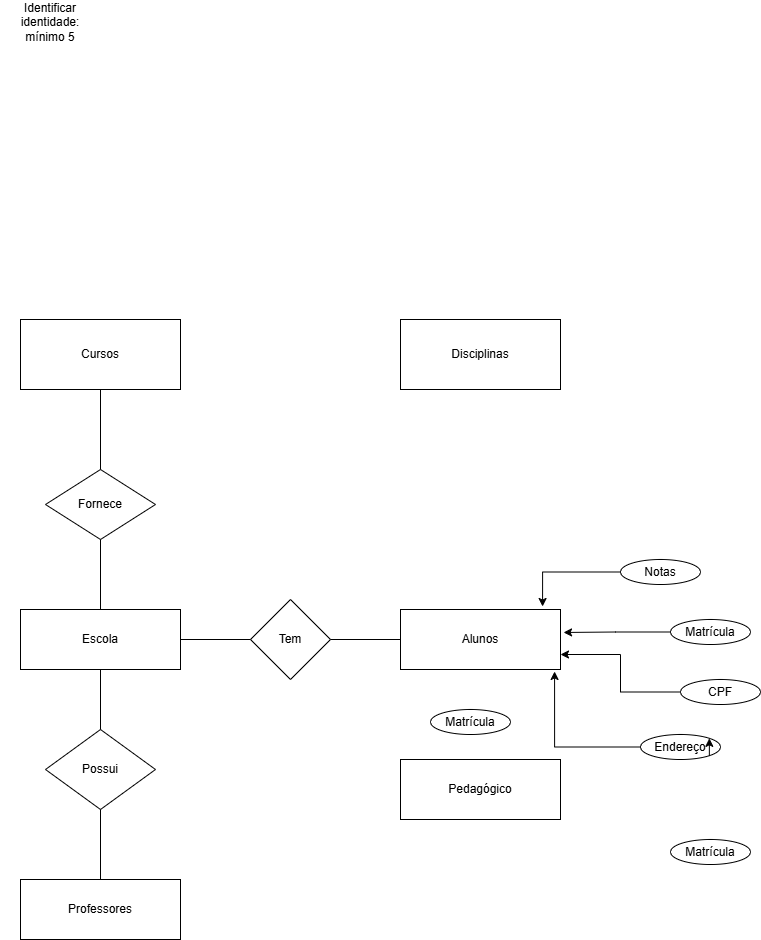
Earlier version of the draw.io export Exercício.drawio.png (soueuuta-mpgp/Portif-lio). Source tidied: cells renumbered, new cells last; positions are measured from the earlier drawing's top-left corner, leaving out a move shared by most shapes.
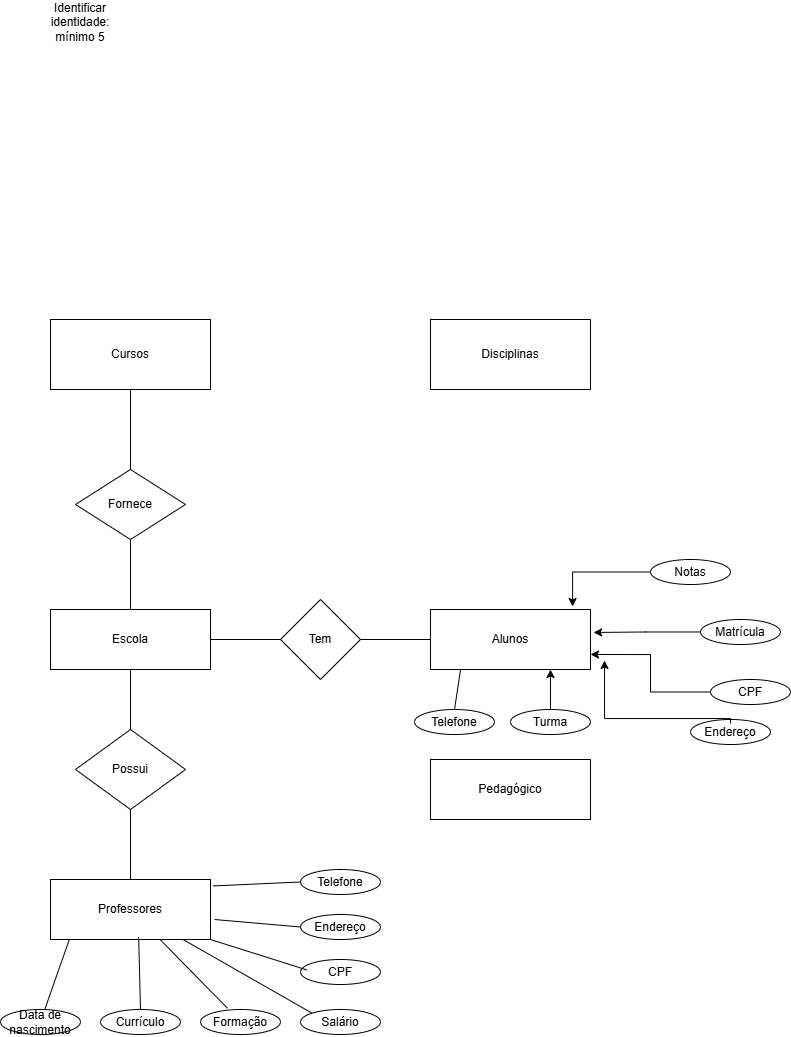
After the change.

Commit message:
Exercicio aula

Diff of the diagram source:
```diff
@@ -68,20 +68,72 @@
     <mxCell id="23" value="CPF" style="ellipse;whiteSpace=wrap;html=1;" parent="1" vertex="1">
       <mxGeometry x="680" y="670" width="80" height="25" as="geometry" />
     </mxCell>
-    <mxCell id="24" value="Matrícula" style="ellipse;whiteSpace=wrap;html=1;" parent="1" vertex="1">
-      <mxGeometry x="670" y="830" width="80" height="25" as="geometry" />
+    <mxCell id="24" value="Telefone" style="ellipse;whiteSpace=wrap;html=1;" parent="1" vertex="1">
+      <mxGeometry x="384" y="700" width="80" height="25" as="geometry" />
     </mxCell>
     <mxCell id="25" value="Endereço" style="ellipse;whiteSpace=wrap;html=1;" parent="1" vertex="1">
-      <mxGeometry x="640" y="725" width="80" height="25" as="geometry" />
+      <mxGeometry x="660" y="710" width="80" height="25" as="geometry" />
     </mxCell>
+    <mxCell id="29" style="edgeStyle=orthogonalEdgeStyle;rounded=0;jettySize=auto;html=1;entryX=0.75;entryY=1;entryDx=0;entryDy=0;" parent="1" edge="1" source="26" target="4">
+      <mxGeometry relative="1" as="geometry" />
+    </mxCell>
-    <mxCell id="26" value="Matrícula" style="ellipse;whiteSpace=wrap;html=1;" parent="1" vertex="1">
-      <mxGeometry x="430" y="700" width="80" height="25" as="geometry" />
+    <mxCell id="26" value="Turma" style="ellipse;whiteSpace=wrap;html=1;" parent="1" vertex="1">
+      <mxGeometry x="480" y="700" width="80" height="25" as="geometry" />
     </mxCell>
-    <mxCell id="27" style="edgeStyle=orthogonalEdgeStyle;rounded=0;orthogonalLoop=1;jettySize=auto;html=1;exitX=1;exitY=1;exitDx=0;exitDy=0;entryX=1;entryY=0;entryDx=0;entryDy=0;" parent="1" edge="1" source="25" target="25">
-      <mxGeometry relative="1" as="geometry" />
-    </mxCell>
-    <mxCell id="28" style="edgeStyle=orthogonalEdgeStyle;rounded=0;jettySize=auto;html=1;entryX=0.963;entryY=1.033;entryDx=0;entryDy=0;entryPerimeter=0;" parent="1" edge="1" source="25" target="4">
-      <mxGeometry relative="1" as="geometry" />
+    <mxCell id="28" style="edgeStyle=orthogonalEdgeStyle;rounded=0;orthogonalLoop=1;jettySize=auto;html=1;entryX=0.963;entryY=1.033;entryDx=0;entryDy=0;entryPerimeter=0;" parent="1" edge="1">
+      <mxGeometry relative="1" as="geometry">
+        <mxPoint x="700" y="714" as="sourcePoint" />
+        <mxPoint x="574" y="651" as="targetPoint" />
+        <Array as="points">
+          <mxPoint x="700" y="709" />
+          <mxPoint x="574" y="709" />
+        </Array>
+      </mxGeometry>
     </mxCell>
+    <mxCell id="30" style="endArrow=none;html=1;rounded=0;exitX=0.5;exitY=0;exitDx=0;exitDy=0;entryX=0.188;entryY=1;entryDx=0;entryDy=0;entryPerimeter=0;" parent="1" edge="1" source="24" target="4">
+      <mxGeometry relative="1" as="geometry" />
+    </mxCell>
+    <mxCell id="31" value="Telefone" style="ellipse;whiteSpace=wrap;html=1;" parent="1" vertex="1">
+      <mxGeometry x="270" y="860" width="80" height="25" as="geometry" />
+    </mxCell>
+    <mxCell id="32" value="Endereço" style="ellipse;whiteSpace=wrap;html=1;" parent="1" vertex="1">
+      <mxGeometry x="270" y="905" width="80" height="25" as="geometry" />
+    </mxCell>
+    <mxCell id="33" value="CPF" style="ellipse;whiteSpace=wrap;html=1;" parent="1" vertex="1">
+      <mxGeometry x="270" y="950" width="80" height="25" as="geometry" />
+    </mxCell>
+    <mxCell id="34" value="Salário" style="ellipse;whiteSpace=wrap;html=1;" parent="1" vertex="1">
+      <mxGeometry x="270" y="1000" width="80" height="25" as="geometry" />
+    </mxCell>
+    <mxCell id="35" value="Formação" style="ellipse;whiteSpace=wrap;html=1;" parent="1" vertex="1">
+      <mxGeometry x="170" y="1000" width="80" height="25" as="geometry" />
+    </mxCell>
+    <mxCell id="36" style="endArrow=none;html=1;rounded=0;exitX=0;exitY=0.5;exitDx=0;exitDy=0;entryX=1.016;entryY=0.107;entryDx=0;entryDy=0;entryPerimeter=0;" parent="1" edge="1" source="31" target="5">
+      <mxGeometry relative="1" as="geometry" />
+    </mxCell>
+    <mxCell id="37" style="endArrow=none;html=1;rounded=0;exitX=1.026;exitY=0.667;exitDx=0;exitDy=0;exitPerimeter=0;entryX=0;entryY=0.5;entryDx=0;entryDy=0;" parent="1" edge="1" source="5" target="32">
+      <mxGeometry relative="1" as="geometry" />
+    </mxCell>
+    <mxCell id="38" value="Currículo" style="ellipse;whiteSpace=wrap;html=1;" parent="1" vertex="1">
+      <mxGeometry x="70" y="1000" width="80" height="25" as="geometry" />
+    </mxCell>
+    <mxCell id="39" value="Data de nascimento" style="ellipse;whiteSpace=wrap;html=1;" parent="1" vertex="1">
+      <mxGeometry x="-30" y="1000" width="80" height="25" as="geometry" />
+    </mxCell>
+    <mxCell id="40" style="endArrow=none;html=1;rounded=0;exitX=0.078;exitY=0.416;exitDx=0;exitDy=0;exitPerimeter=0;entryX=1;entryY=1;entryDx=0;entryDy=0;" parent="1" edge="1" source="33" target="5">
+      <mxGeometry relative="1" as="geometry" />
+    </mxCell>
+    <mxCell id="41" style="endArrow=none;html=1;rounded=0;exitX=0;exitY=0;exitDx=0;exitDy=0;" parent="1" edge="1" source="34" target="5">
+      <mxGeometry relative="1" as="geometry" />
+    </mxCell>
+    <mxCell id="42" style="endArrow=none;html=1;rounded=0;exitX=0.338;exitY=-0.048;exitDx=0;exitDy=0;exitPerimeter=0;" parent="1" edge="1" source="35" target="5">
+      <mxGeometry relative="1" as="geometry" />
+    </mxCell>
+    <mxCell id="43" style="endArrow=none;html=1;rounded=0;exitX=0.5;exitY=0;exitDx=0;exitDy=0;entryX=0.551;entryY=0.96;entryDx=0;entryDy=0;entryPerimeter=0;" parent="1" edge="1" source="38" target="5">
+      <mxGeometry relative="1" as="geometry" />
+    </mxCell>
+    <mxCell id="44" style="endArrow=none;html=1;rounded=0;entryX=0.116;entryY=1.013;entryDx=0;entryDy=0;entryPerimeter=0;" parent="1" edge="1" source="39" target="5">
+      <mxGeometry relative="1" as="geometry" />
+    </mxCell>
   </root>
 </mxGraphModel>
```
